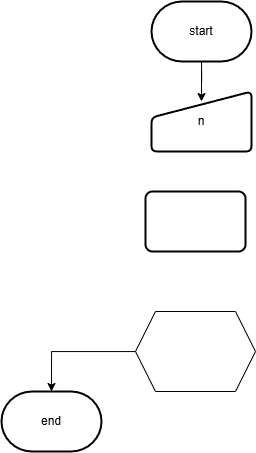
Before: Parte-3/atividade9.png, a diagram exported from draw.io (kf-martins-uel/algoritmos-atividade1). Source tidied: cells renumbered, new cells last; positions are measured from the earlier drawing's top-left corner, leaving out a move shared by most shapes. Its diagram source:
```xml
<mxGraphModel>
  <root>
    <mxCell id="0" />
    <mxCell id="1" parent="0" />
    <mxCell id="2" value="start" style="strokeWidth=2;html=1;shape=mxgraph.flowchart.terminator;whiteSpace=wrap;labelBackgroundColor=none;" parent="1" vertex="1">
      <mxGeometry x="150" width="100" height="60" as="geometry" />
    </mxCell>
    <mxCell id="3" value="end" style="strokeWidth=2;html=1;shape=mxgraph.flowchart.terminator;whiteSpace=wrap;labelBackgroundColor=none;" parent="1" vertex="1">
      <mxGeometry y="390" width="100" height="60" as="geometry" />
    </mxCell>
    <mxCell id="4" style="shape=hexagon;perimeter=hexagonPerimeter2;whiteSpace=wrap;html=1;fixedSize=1;labelBackgroundColor=none;" parent="1" vertex="1">
      <mxGeometry x="134" y="310" width="120" height="80" as="geometry" />
    </mxCell>
    <mxCell id="5" value="n" style="html=1;strokeWidth=2;shape=manualInput;whiteSpace=wrap;rounded=1;size=26;arcSize=11;labelBackgroundColor=none;" parent="1" vertex="1">
      <mxGeometry x="150" y="90" width="100" height="60" as="geometry" />
    </mxCell>
    <mxCell id="6" style="edgeStyle=orthogonalEdgeStyle;rounded=0;jettySize=auto;html=1;entryX=0.5;entryY=0.167;entryDx=0;entryDy=0;entryPerimeter=0;labelBackgroundColor=none;fontColor=default;" parent="1" edge="1" source="2" target="5">
      <mxGeometry relative="1" as="geometry" />
    </mxCell>
    <mxCell id="7" style="edgeStyle=orthogonalEdgeStyle;rounded=0;jettySize=auto;html=1;entryX=0.5;entryY=0;entryDx=0;entryDy=0;entryPerimeter=0;labelBackgroundColor=none;fontColor=default;" parent="1" edge="1" source="4" target="3">
      <mxGeometry relative="1" as="geometry" />
    </mxCell>
    <mxCell id="8" style="rounded=1;whiteSpace=wrap;html=1;absoluteArcSize=1;arcSize=14;strokeWidth=2;labelBackgroundColor=none;" parent="1" vertex="1">
      <mxGeometry x="144" y="190" width="100" height="60" as="geometry" />
    </mxCell>
  </root>
</mxGraphModel>
```
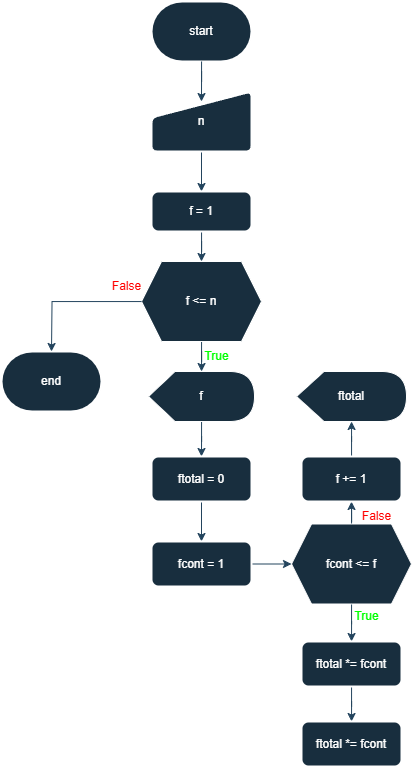
The same file after the commit.

What changed in the source:
```diff
@@ -2,26 +2,94 @@
   <root>
     <mxCell id="0" />
     <mxCell id="1" parent="0" />
-    <mxCell id="2" value="start" style="strokeWidth=2;html=1;shape=mxgraph.flowchart.terminator;whiteSpace=wrap;labelBackgroundColor=none;" parent="1" vertex="1">
+    <mxCell id="2" value="start" style="strokeWidth=2;html=1;shape=mxgraph.flowchart.terminator;whiteSpace=wrap;labelBackgroundColor=none;fillColor=#182E3E;strokeColor=#FFFFFF;fontColor=#FFFFFF;" parent="1" vertex="1">
       <mxGeometry x="150" width="100" height="60" as="geometry" />
     </mxCell>
-    <mxCell id="3" value="end" style="strokeWidth=2;html=1;shape=mxgraph.flowchart.terminator;whiteSpace=wrap;labelBackgroundColor=none;" parent="1" vertex="1">
-      <mxGeometry y="390" width="100" height="60" as="geometry" />
+    <mxCell id="3" value="end" style="strokeWidth=2;html=1;shape=mxgraph.flowchart.terminator;whiteSpace=wrap;labelBackgroundColor=none;fillColor=#182E3E;strokeColor=#FFFFFF;fontColor=#FFFFFF;" parent="1" vertex="1">
+      <mxGeometry y="350" width="100" height="60" as="geometry" />
     </mxCell>
+    <mxCell id="9" style="edgeStyle=orthogonalEdgeStyle;rounded=0;jettySize=auto;html=1;strokeColor=#23445D;" parent="1" edge="1" source="4" target="13">
+      <mxGeometry relative="1" as="geometry" />
+    </mxCell>
-    <mxCell id="4" style="shape=hexagon;perimeter=hexagonPerimeter2;whiteSpace=wrap;html=1;fixedSize=1;labelBackgroundColor=none;" parent="1" vertex="1">
-      <mxGeometry x="134" y="310" width="120" height="80" as="geometry" />
+    <mxCell id="4" value="f &amp;lt;= n" style="shape=hexagon;perimeter=hexagonPerimeter2;whiteSpace=wrap;html=1;fixedSize=1;labelBackgroundColor=none;fillColor=#182E3E;strokeColor=#FFFFFF;fontColor=#FFFFFF;" parent="1" vertex="1">
+      <mxGeometry x="140" y="260" width="120" height="80" as="geometry" />
     </mxCell>
+    <mxCell id="10" style="edgeStyle=orthogonalEdgeStyle;rounded=0;jettySize=auto;html=1;entryX=0.5;entryY=0;entryDx=0;entryDy=0;strokeColor=#23445D;" parent="1" edge="1" source="5" target="8">
+      <mxGeometry relative="1" as="geometry" />
+    </mxCell>
-    <mxCell id="5" value="n" style="html=1;strokeWidth=2;shape=manualInput;whiteSpace=wrap;rounded=1;size=26;arcSize=11;labelBackgroundColor=none;" parent="1" vertex="1">
+    <mxCell id="5" value="n" style="html=1;strokeWidth=2;shape=manualInput;whiteSpace=wrap;rounded=1;size=26;arcSize=11;labelBackgroundColor=none;fillColor=#182E3E;strokeColor=#FFFFFF;fontColor=#FFFFFF;" parent="1" vertex="1">
       <mxGeometry x="150" y="90" width="100" height="60" as="geometry" />
     </mxCell>
-    <mxCell id="6" style="edgeStyle=orthogonalEdgeStyle;rounded=0;jettySize=auto;html=1;entryX=0.5;entryY=0.167;entryDx=0;entryDy=0;entryPerimeter=0;labelBackgroundColor=none;fontColor=default;" parent="1" edge="1" source="2" target="5">
+    <mxCell id="6" style="edgeStyle=orthogonalEdgeStyle;rounded=0;jettySize=auto;html=1;entryX=0.5;entryY=0.167;entryDx=0;entryDy=0;entryPerimeter=0;labelBackgroundColor=none;fontColor=default;strokeColor=#23445D;" parent="1" edge="1" source="2" target="5">
       <mxGeometry relative="1" as="geometry" />
     </mxCell>
-    <mxCell id="7" style="edgeStyle=orthogonalEdgeStyle;rounded=0;jettySize=auto;html=1;entryX=0.5;entryY=0;entryDx=0;entryDy=0;entryPerimeter=0;labelBackgroundColor=none;fontColor=default;" parent="1" edge="1" source="4" target="3">
-      <mxGeometry relative="1" as="geometry" />
+    <mxCell id="7" style="edgeStyle=orthogonalEdgeStyle;rounded=0;jettySize=auto;html=1;entryX=0.5;entryY=0;entryDx=0;entryDy=0;entryPerimeter=0;labelBackgroundColor=none;fontColor=default;strokeColor=#23445D;" parent="1" edge="1" source="4">
+      <mxGeometry relative="1" as="geometry">
+        <mxPoint x="50" y="350" as="targetPoint" />
+      </mxGeometry>
     </mxCell>
+    <mxCell id="11" style="edgeStyle=orthogonalEdgeStyle;rounded=0;jettySize=auto;html=1;entryX=0.5;entryY=0;entryDx=0;entryDy=0;strokeColor=#23445D;" parent="1" edge="1" source="8" target="4">
+      <mxGeometry relative="1" as="geometry" />
+    </mxCell>
-    <mxCell id="8" style="rounded=1;whiteSpace=wrap;html=1;absoluteArcSize=1;arcSize=14;strokeWidth=2;labelBackgroundColor=none;" parent="1" vertex="1">
-      <mxGeometry x="144" y="190" width="100" height="60" as="geometry" />
+    <mxCell id="8" value="f = 1" style="rounded=1;whiteSpace=wrap;html=1;absoluteArcSize=1;arcSize=14;strokeWidth=2;labelBackgroundColor=none;fillColor=#182E3E;strokeColor=#FFFFFF;fontColor=#FFFFFF;" parent="1" vertex="1">
+      <mxGeometry x="150" y="190" width="100" height="40" as="geometry" />
     </mxCell>
+    <mxCell id="12" style="edgeStyle=orthogonalEdgeStyle;rounded=0;jettySize=auto;html=1;entryX=0.5;entryY=0;entryDx=0;entryDy=0;strokeColor=#23445D;" parent="1" edge="1" source="13" target="15">
+      <mxGeometry relative="1" as="geometry" />
+    </mxCell>
+    <mxCell id="13" value="f" style="shape=display;whiteSpace=wrap;html=1;strokeColor=#FFFFFF;fontColor=#FFFFFF;fillColor=#182E3E;" parent="1" vertex="1">
+      <mxGeometry x="147" y="370" width="106" height="50" as="geometry" />
+    </mxCell>
+    <mxCell id="14" style="edgeStyle=orthogonalEdgeStyle;rounded=0;jettySize=auto;html=1;strokeColor=#23445D;" parent="1" edge="1" source="15" target="17">
+      <mxGeometry relative="1" as="geometry" />
+    </mxCell>
+    <mxCell id="15" value="ftotal = 0" style="rounded=1;whiteSpace=wrap;html=1;absoluteArcSize=1;arcSize=14;strokeWidth=2;labelBackgroundColor=none;fillColor=#182E3E;strokeColor=#FFFFFF;fontColor=#FFFFFF;" parent="1" vertex="1">
+      <mxGeometry x="150" y="455" width="100" height="45" as="geometry" />
+    </mxCell>
+    <mxCell id="16" style="edgeStyle=orthogonalEdgeStyle;rounded=0;jettySize=auto;html=1;strokeColor=#23445D;" parent="1" edge="1" source="17" target="20">
+      <mxGeometry relative="1" as="geometry" />
+    </mxCell>
+    <mxCell id="17" value="fcont = 1" style="rounded=1;whiteSpace=wrap;html=1;absoluteArcSize=1;arcSize=14;strokeWidth=2;labelBackgroundColor=none;fillColor=#182E3E;strokeColor=#FFFFFF;fontColor=#FFFFFF;" parent="1" vertex="1">
+      <mxGeometry x="150" y="540" width="100" height="45" as="geometry" />
+    </mxCell>
+    <mxCell id="18" style="edgeStyle=orthogonalEdgeStyle;rounded=0;jettySize=auto;html=1;strokeColor=#23445D;" parent="1" edge="1" source="20" target="22">
+      <mxGeometry relative="1" as="geometry" />
+    </mxCell>
+    <mxCell id="19" style="edgeStyle=orthogonalEdgeStyle;rounded=0;jettySize=auto;html=1;entryX=0.5;entryY=1;entryDx=0;entryDy=0;strokeColor=#23445D;" parent="1" edge="1" source="20" target="30">
+      <mxGeometry relative="1" as="geometry" />
+    </mxCell>
+    <mxCell id="20" value="fcont &amp;lt;= f" style="shape=hexagon;perimeter=hexagonPerimeter2;whiteSpace=wrap;html=1;fixedSize=1;labelBackgroundColor=none;fillColor=#182E3E;strokeColor=#FFFFFF;fontColor=#FFFFFF;" parent="1" vertex="1">
+      <mxGeometry x="290" y="522.5" width="120" height="80" as="geometry" />
+    </mxCell>
+    <mxCell id="21" style="edgeStyle=orthogonalEdgeStyle;rounded=0;jettySize=auto;html=1;strokeColor=#23445D;" parent="1" edge="1" source="22" target="23">
+      <mxGeometry relative="1" as="geometry" />
+    </mxCell>
+    <mxCell id="22" value="ftotal *= fcont" style="rounded=1;whiteSpace=wrap;html=1;absoluteArcSize=1;arcSize=14;strokeWidth=2;labelBackgroundColor=none;fillColor=#182E3E;strokeColor=#FFFFFF;fontColor=#FFFFFF;" parent="1" vertex="1">
+      <mxGeometry x="300" y="640" width="100" height="45" as="geometry" />
+    </mxCell>
+    <mxCell id="23" value="ftotal *= fcont" style="rounded=1;whiteSpace=wrap;html=1;absoluteArcSize=1;arcSize=14;strokeWidth=2;labelBackgroundColor=none;fillColor=#182E3E;strokeColor=#FFFFFF;fontColor=#FFFFFF;" parent="1" vertex="1">
+      <mxGeometry x="300" y="720" width="100" height="45" as="geometry" />
+    </mxCell>
+    <mxCell id="24" value="ftotal" style="shape=display;whiteSpace=wrap;html=1;strokeColor=#FFFFFF;fontColor=#FFFFFF;fillColor=#182E3E;" parent="1" vertex="1">
+      <mxGeometry x="295" y="370" width="110" height="50" as="geometry" />
+    </mxCell>
+    <mxCell id="25" value="True" style="text;html=1;align=center;verticalAlign=middle;fontColor=light-dark(#00FF00,#00FF00);" parent="1" vertex="1">
+      <mxGeometry x="340" y="600" width="50" height="30" as="geometry" />
+    </mxCell>
+    <mxCell id="26" value="&lt;font style=&quot;color: light-dark(rgb(255, 0, 0), rgb(255, 0, 0));&quot;&gt;False&lt;/font&gt;" style="text;html=1;align=center;verticalAlign=middle;fontColor=light-dark(#000000,#000000);" parent="1" vertex="1">
+      <mxGeometry x="350" y="500" width="50" height="30" as="geometry" />
+    </mxCell>
+    <mxCell id="27" value="True" style="text;html=1;align=center;verticalAlign=middle;fontColor=light-dark(#00FF00,#00FF00);" parent="1" vertex="1">
+      <mxGeometry x="190" y="340" width="50" height="30" as="geometry" />
+    </mxCell>
+    <mxCell id="28" value="&lt;font style=&quot;color: light-dark(rgb(255, 0, 0), rgb(255, 0, 0));&quot;&gt;False&lt;/font&gt;" style="text;html=1;align=center;verticalAlign=middle;fontColor=light-dark(#000000,#000000);" parent="1" vertex="1">
+      <mxGeometry x="100" y="270" width="50" height="30" as="geometry" />
+    </mxCell>
+    <mxCell id="29" style="edgeStyle=orthogonalEdgeStyle;rounded=0;jettySize=auto;html=1;strokeColor=#23445D;" parent="1" edge="1" source="30" target="24">
+      <mxGeometry relative="1" as="geometry" />
+    </mxCell>
+    <mxCell id="30" value="f += 1" style="rounded=1;whiteSpace=wrap;html=1;absoluteArcSize=1;arcSize=14;strokeWidth=2;labelBackgroundColor=none;fillColor=#182E3E;strokeColor=#FFFFFF;fontColor=#FFFFFF;" parent="1" vertex="1">
+      <mxGeometry x="300" y="455" width="100" height="45" as="geometry" />
+    </mxCell>
   </root>
 </mxGraphModel>
```
